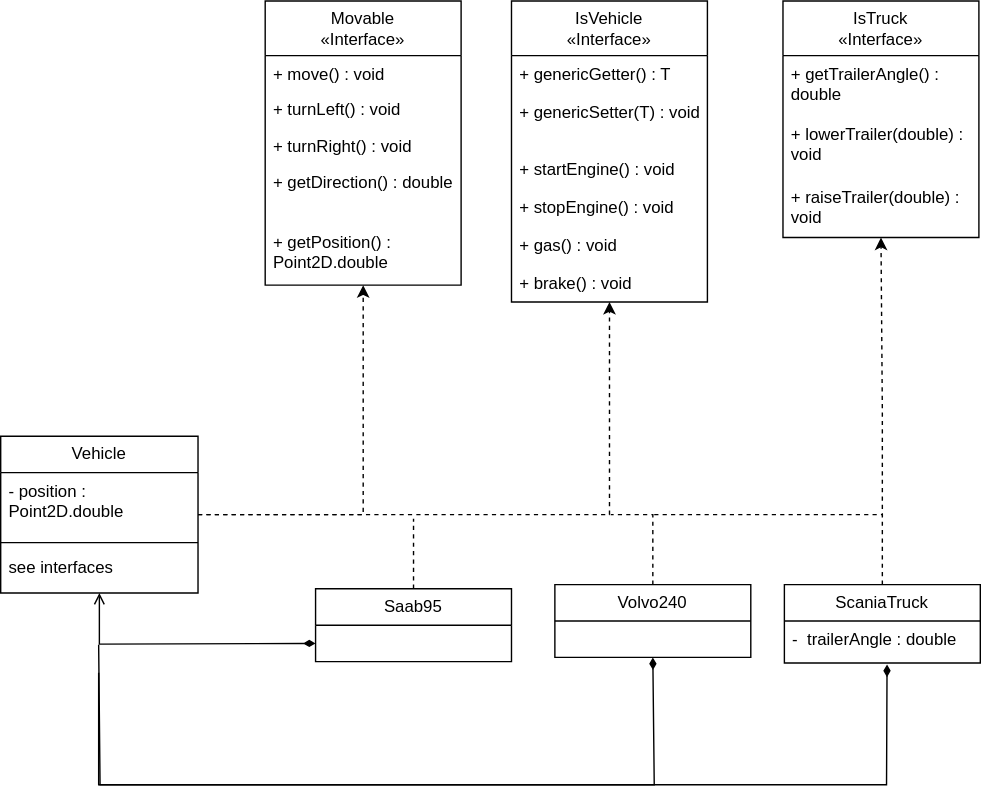
Earlier version of the draw.io export UML/UML-plan-1.svg (vicha00/DIT954-Labb-Grupp16). Source tidied: cells renumbered, new cells last; positions are measured from the earlier drawing's top-left corner, leaving out a move shared by most shapes.
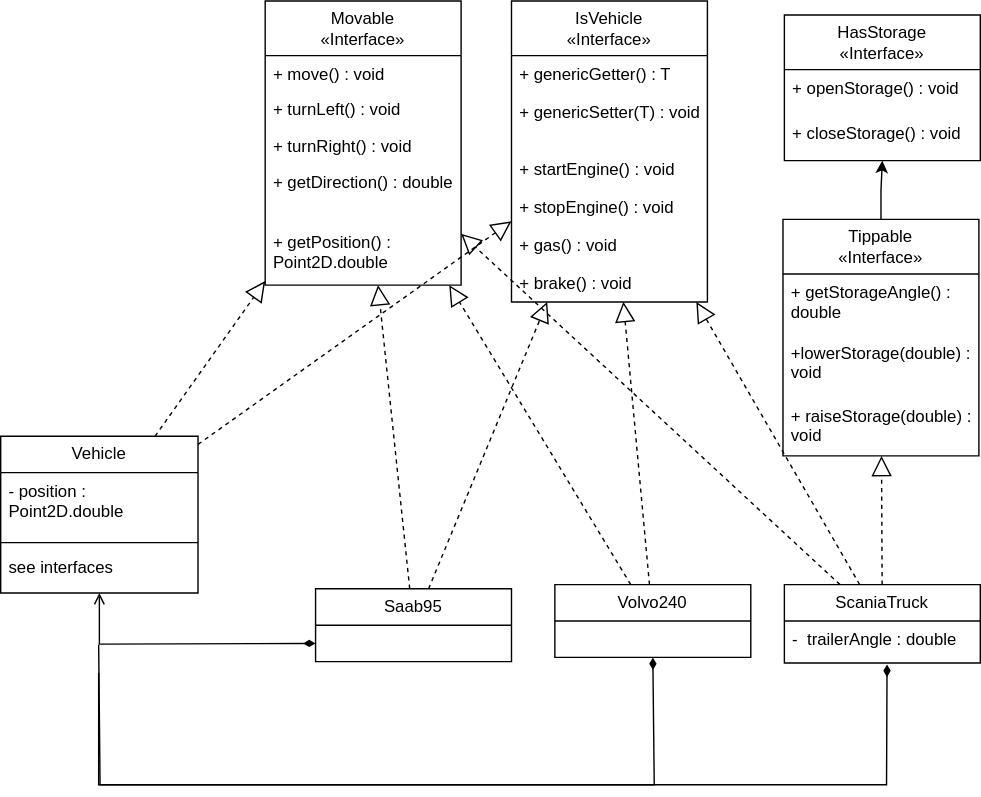
Above is the later version.

Change to the diagram source:
```diff
@@ -41,12 +41,6 @@
     <mxCell id="14" value="+ brake() : void" style="text;strokeColor=none;fillColor=none;align=left;verticalAlign=top;spacingLeft=4;spacingRight=4;overflow=hidden;whiteSpace=wrap;html=1;" parent="8" vertex="1">
       <mxGeometry y="188" width="140" height="27" as="geometry" />
     </mxCell>
-    <mxCell id="15" style="edgeStyle=orthogonalEdgeStyle;rounded=0;jettySize=auto;html=1;endArrow=classic;endFill=1;dashed=1;" parent="1" edge="1" source="17" target="2">
-      <mxGeometry relative="1" as="geometry" />
-    </mxCell>
-    <mxCell id="16" style="edgeStyle=orthogonalEdgeStyle;rounded=0;jettySize=auto;html=1;dashed=1;endArrow=classic;endFill=1;" parent="1" edge="1" source="17" target="8">
-      <mxGeometry relative="1" as="geometry" />
-    </mxCell>
     <mxCell id="17" value="&lt;div&gt;Vehicle&lt;/div&gt;" style="swimlane;fontStyle=0;horizontal=1;startSize=26;fillColor=none;whiteSpace=wrap;html=1;" parent="1" vertex="1">
       <mxGeometry y="311" width="141" height="112" as="geometry" />
     </mxCell>
@@ -65,19 +59,6 @@
     <mxCell id="22" value="Volvo240" style="swimlane;fontStyle=0;horizontal=1;startSize=26;fillColor=none;whiteSpace=wrap;html=1;" parent="1" vertex="1">
       <mxGeometry x="396" y="417" width="140" height="52" as="geometry" />
     </mxCell>
-    <mxCell id="23" style="endArrow=none;dashed=1;html=1;rounded=0;" parent="1" edge="1" source="21">
-      <mxGeometry relative="1" as="geometry">
-        <mxPoint x="295" y="370" as="targetPoint" />
-      </mxGeometry>
-    </mxCell>
-    <mxCell id="24" style="endArrow=none;dashed=1;html=1;rounded=0;" parent="1" edge="1" source="22">
-      <mxGeometry relative="1" as="geometry">
-        <mxPoint x="436" y="367" as="targetPoint" />
-        <Array as="points">
-          <mxPoint x="466" y="367" />
-        </Array>
-      </mxGeometry>
-    </mxCell>
     <mxCell id="25" style="edgeStyle=orthogonalEdgeStyle;rounded=0;jettySize=auto;html=1;endArrow=open;endFill=0;startArrow=diamondThin;startFill=1;" parent="1" edge="1" target="17">
       <mxGeometry relative="1" as="geometry">
         <mxPoint x="225" y="459" as="sourcePoint" />
@@ -92,33 +73,27 @@
         </Array>
       </mxGeometry>
     </mxCell>
+    <mxCell id="36" style="edgeStyle=orthogonalEdgeStyle;rounded=0;jettySize=auto;html=1;" parent="1" edge="1" source="27" target="37">
+      <mxGeometry relative="1" as="geometry" />
+    </mxCell>
-    <mxCell id="27" value="&lt;div&gt;IsTruck&lt;br&gt;&lt;/div&gt;«Interface»" style="swimlane;fontStyle=0;horizontal=1;startSize=39;fillColor=none;whiteSpace=wrap;html=1;" parent="1" vertex="1">
-      <mxGeometry x="559" width="140" height="169" as="geometry" />
+    <mxCell id="27" value="&lt;div&gt;Tippable&lt;br&gt;&lt;/div&gt;«Interface»" style="swimlane;fontStyle=0;horizontal=1;startSize=39;fillColor=none;whiteSpace=wrap;html=1;" parent="1" vertex="1">
+      <mxGeometry x="559" y="156" width="140" height="169" as="geometry" />
     </mxCell>
-    <mxCell id="28" value="+ getTrailerAngle() : double" style="text;strokeColor=none;fillColor=none;align=left;verticalAlign=top;spacingLeft=4;spacingRight=4;overflow=hidden;whiteSpace=wrap;html=1;" parent="27" vertex="1">
+    <mxCell id="28" value="+ getStorageAngle() : double" style="text;strokeColor=none;fillColor=none;align=left;verticalAlign=top;spacingLeft=4;spacingRight=4;overflow=hidden;whiteSpace=wrap;html=1;" parent="27" vertex="1">
       <mxGeometry y="39" width="140" height="43" as="geometry" />
     </mxCell>
-    <mxCell id="29" value="+ lowerTrailer(double) : void" style="text;strokeColor=none;fillColor=none;align=left;verticalAlign=top;spacingLeft=4;spacingRight=4;overflow=hidden;whiteSpace=wrap;html=1;" parent="27" vertex="1">
+    <mxCell id="29" value="+lowerStorage(double) : void" style="text;strokeColor=none;fillColor=none;align=left;verticalAlign=top;spacingLeft=4;spacingRight=4;overflow=hidden;whiteSpace=wrap;html=1;" parent="27" vertex="1">
       <mxGeometry y="82" width="140" height="45" as="geometry" />
     </mxCell>
-    <mxCell id="30" value="+ raiseTrailer(double) : void" style="text;strokeColor=none;fillColor=none;align=left;verticalAlign=top;spacingLeft=4;spacingRight=4;overflow=hidden;whiteSpace=wrap;html=1;" parent="27" vertex="1">
+    <mxCell id="30" value="+ raiseStorage(double) : void" style="text;strokeColor=none;fillColor=none;align=left;verticalAlign=top;spacingLeft=4;spacingRight=4;overflow=hidden;whiteSpace=wrap;html=1;" parent="27" vertex="1">
       <mxGeometry y="127" width="140" height="42" as="geometry" />
     </mxCell>
-    <mxCell id="31" style="edgeStyle=orthogonalEdgeStyle;rounded=0;jettySize=auto;html=1;dashed=1;" parent="1" edge="1" source="32" target="27">
-      <mxGeometry relative="1" as="geometry" />
-    </mxCell>
     <mxCell id="32" value="ScaniaTruck" style="swimlane;fontStyle=0;horizontal=1;startSize=26;fillColor=none;whiteSpace=wrap;html=1;" parent="1" vertex="1">
       <mxGeometry x="560" y="417" width="140" height="56" as="geometry" />
     </mxCell>
     <mxCell id="33" value="-&amp;nbsp; trailerAngle : double" style="text;strokeColor=none;fillColor=none;align=left;verticalAlign=top;spacingLeft=4;spacingRight=4;overflow=hidden;points=[[0,0.5],[1,0.5]];portConstraint=eastwest;whiteSpace=wrap;html=1;" parent="32" vertex="1">
       <mxGeometry y="26" width="140" height="30" as="geometry" />
     </mxCell>
-    <mxCell id="34" style="endArrow=none;dashed=1;html=1;rounded=0;" parent="1" edge="1">
-      <mxGeometry relative="1" as="geometry">
-        <mxPoint x="467" y="367" as="sourcePoint" />
-        <mxPoint x="630" y="367" as="targetPoint" />
-      </mxGeometry>
-    </mxCell>
     <mxCell id="35" style="endArrow=diamondThin;html=1;rounded=0;entryX=0.524;entryY=1.038;entryDx=0;entryDy=0;startArrow=none;startFill=0;endFill=1;entryPerimeter=0;" parent="1" edge="1" target="33">
       <mxGeometry relative="1" as="geometry">
         <mxPoint x="70" y="480" as="sourcePoint" />
@@ -128,5 +103,41 @@
         </Array>
       </mxGeometry>
     </mxCell>
+    <mxCell id="37" value="&lt;div&gt;HasStorage&lt;br&gt;&lt;/div&gt;«Interface»" style="swimlane;fontStyle=0;horizontal=1;startSize=39;fillColor=none;whiteSpace=wrap;html=1;" parent="1" vertex="1">
+      <mxGeometry x="560" y="10" width="140" height="104" as="geometry" />
+    </mxCell>
+    <mxCell id="38" value="+ openStorage() : void" style="text;strokeColor=none;fillColor=none;align=left;verticalAlign=top;spacingLeft=4;spacingRight=4;overflow=hidden;whiteSpace=wrap;html=1;" parent="37" vertex="1">
+      <mxGeometry y="39" width="140" height="32" as="geometry" />
+    </mxCell>
+    <mxCell id="39" value="+ closeStorage() : void" style="text;strokeColor=none;fillColor=none;align=left;verticalAlign=top;spacingLeft=4;spacingRight=4;overflow=hidden;whiteSpace=wrap;html=1;" parent="37" vertex="1">
+      <mxGeometry y="71" width="140" height="33" as="geometry" />
+    </mxCell>
+    <mxCell id="15" style="endArrow=block;dashed=1;endFill=0;endSize=12;html=1;rounded=0;" parent="1" edge="1" source="17" target="2">
+      <mxGeometry relative="1" as="geometry" />
+    </mxCell>
+    <mxCell id="16" style="endArrow=block;dashed=1;endFill=0;endSize=12;html=1;rounded=0;" parent="1" edge="1" source="17" target="8">
+      <mxGeometry relative="1" as="geometry" />
+    </mxCell>
+    <mxCell id="40" style="endArrow=block;dashed=1;endFill=0;endSize=12;html=1;rounded=0;" parent="1" edge="1" source="32" target="2">
+      <mxGeometry relative="1" as="geometry" />
+    </mxCell>
+    <mxCell id="41" style="endArrow=block;dashed=1;endFill=0;endSize=12;html=1;rounded=0;" parent="1" edge="1" source="22" target="8">
+      <mxGeometry relative="1" as="geometry" />
+    </mxCell>
+    <mxCell id="42" style="endArrow=block;dashed=1;endFill=0;endSize=12;html=1;rounded=0;" parent="1" edge="1" source="21" target="8">
+      <mxGeometry relative="1" as="geometry" />
+    </mxCell>
+    <mxCell id="43" style="endArrow=block;dashed=1;endFill=0;endSize=12;html=1;rounded=0;" parent="1" edge="1" source="22" target="2">
+      <mxGeometry relative="1" as="geometry" />
+    </mxCell>
+    <mxCell id="44" style="endArrow=block;dashed=1;endFill=0;endSize=12;html=1;rounded=0;" parent="1" edge="1" source="21" target="2">
+      <mxGeometry relative="1" as="geometry" />
+    </mxCell>
+    <mxCell id="45" style="endArrow=block;dashed=1;endFill=0;endSize=12;html=1;rounded=0;" parent="1" edge="1" source="32" target="8">
+      <mxGeometry relative="1" as="geometry" />
+    </mxCell>
+    <mxCell id="31" style="endArrow=block;dashed=1;endFill=0;endSize=12;html=1;rounded=0;" parent="1" edge="1" source="32" target="27">
+      <mxGeometry relative="1" as="geometry" />
+    </mxCell>
   </root>
 </mxGraphModel>
```
